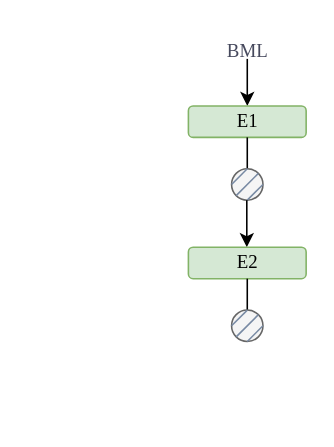
Earlier version of the draw.io diagram pics/TimeMachine.drawio (nanxi666/TimeMachine). Source tidied: cells renumbered, new cells numbered last; positions are measured from the earlier drawing's top-left corner, leaving out a move shared by most shapes. Both pictures are drawn from the tidied source at 157%, with x=0, y=0 at pixel (187, 27).
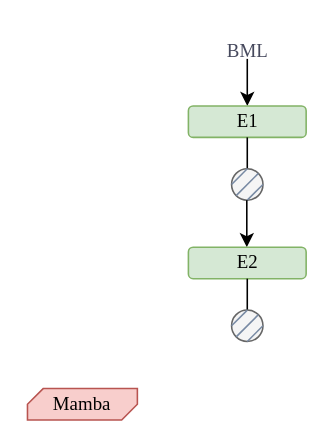
The same page after the edit.

Diff of the diagram source:
```diff
@@
+    <mxCell id="18" value="Mamba" style="verticalLabelPosition=middle;verticalAlign=middle;html=1;shape=mxgraph.basic.diag_snip_rect;dx=6;whiteSpace=wrap;strokeColor=#b85450;fillColor=#f8cecc;fontFamily=Times New Roman;labelPosition=center;align=center;" parent="1" vertex="1">
+      <mxGeometry x="-102" y="230" width="70" height="20" as="geometry" />
+    </mxCell>
```
